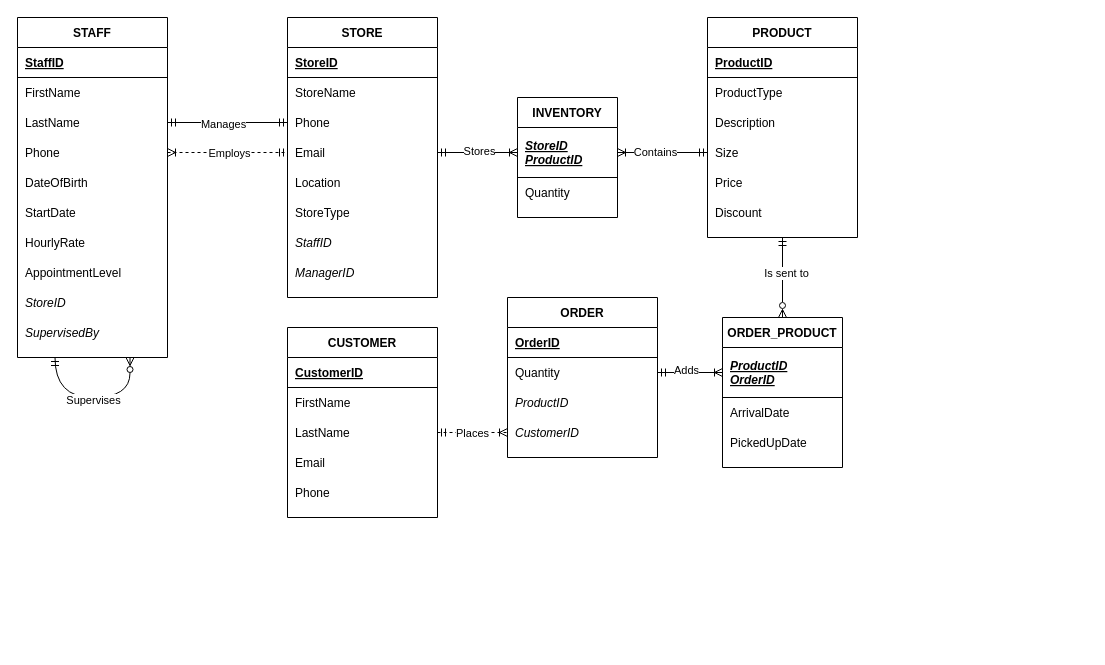
The draw.io diagram FashionERD.drawio in keibee-yod-bst/2814ICT, before the edit. Source tidied: cells renumbered, new cells numbered last; positions are measured from the earlier drawing's top-left corner, leaving out a move shared by most shapes. Both pictures are drawn from the tidied source at 100%, with x=0, y=0 at pixel (17, 17).
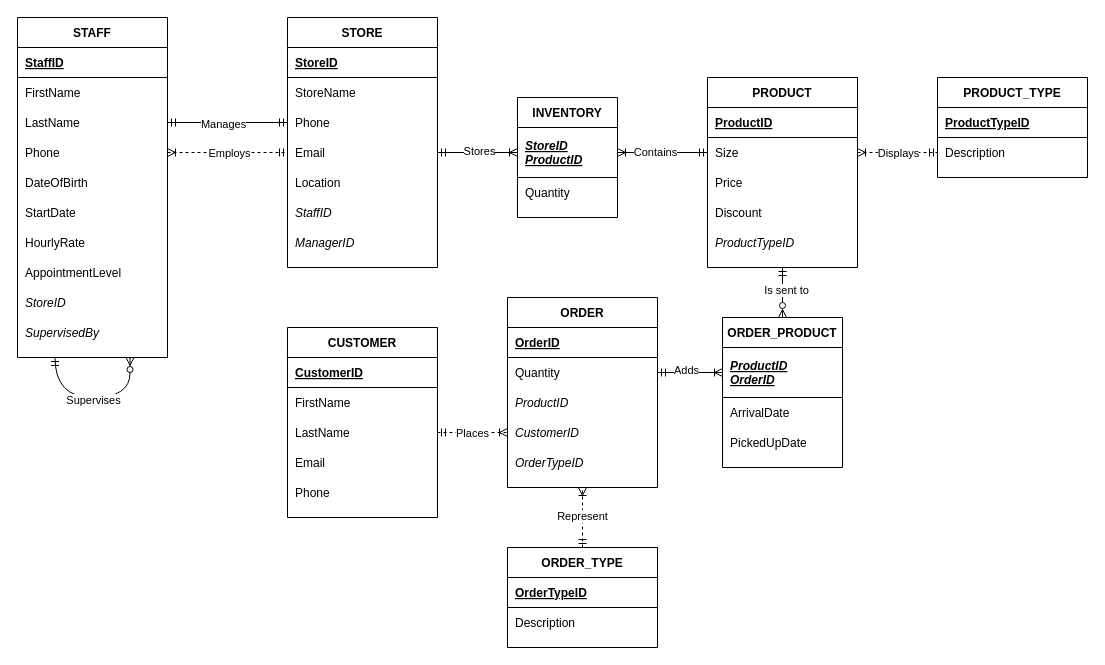
The same page after the edit.

The edit, as a diff of the source:
```diff
@@
     <mxCell id="2" value="STORE" style="shape=table;startSize=30;childLayout=tableLayout;rowLines=0;fontStyle=1;align=center;" parent="1" vertex="1">
-      <mxGeometry x="270" width="150" height="280" as="geometry" />
+      <mxGeometry x="270" width="150" height="250" as="geometry" />
     </mxCell>
@@
-    <mxCell id="13" style="shape=partialRectangle;fillColor=none;top=0;left=0;right=0;bottom=0;" parent="2" vertex="1">
-      <mxGeometry y="180" width="150" height="30" as="geometry" />
-    </mxCell>
-    <mxCell id="14" value="StoreType" style="shape=partialRectangle;overflow=hidden;fillColor=none;top=0;left=0;bottom=0;right=0;align=left;spacingLeft=6;" parent="13" vertex="1">
-      <mxGeometry width="150" height="30" as="geometry" />
-    </mxCell>
     <mxCell id="15" style="shape=partialRectangle;fillColor=none;top=0;left=0;right=0;bottom=0;" parent="2" vertex="1">
-      <mxGeometry y="210" width="150" height="30" as="geometry" />
+      <mxGeometry y="180" width="150" height="30" as="geometry" />
     </mxCell>
@@
     <mxCell id="17" style="shape=partialRectangle;fillColor=none;top=0;left=0;right=0;bottom=0;" parent="2" vertex="1">
-      <mxGeometry y="240" width="150" height="30" as="geometry" />
+      <mxGeometry y="210" width="150" height="30" as="geometry" />
     </mxCell>
@@
     <mxCell id="46" value="PRODUCT" style="shape=table;startSize=30;childLayout=tableLayout;rowLines=0;fontStyle=1;align=center;" parent="1" vertex="1">
-      <mxGeometry x="690" width="150" height="220" as="geometry" />
+      <mxGeometry x="690" y="60" width="150" height="190" as="geometry" />
     </mxCell>
@@
-    <mxCell id="49" style="shape=partialRectangle;fillColor=none;top=0;left=0;right=0;bottom=0;" parent="46" vertex="1">
-      <mxGeometry y="60" width="150" height="30" as="geometry" />
-    </mxCell>
-    <mxCell id="50" value="ProductType" style="shape=partialRectangle;overflow=hidden;fillColor=none;top=0;left=0;bottom=0;right=0;align=left;spacingLeft=6;" parent="49" vertex="1">
-      <mxGeometry width="150" height="30" as="geometry" />
-    </mxCell>
-    <mxCell id="51" style="shape=partialRectangle;fillColor=none;top=0;left=0;right=0;bottom=0;" parent="46" vertex="1">
-      <mxGeometry y="90" width="150" height="30" as="geometry" />
-    </mxCell>
-    <mxCell id="52" value="Description" style="shape=partialRectangle;overflow=hidden;fillColor=none;top=0;left=0;bottom=0;right=0;align=left;spacingLeft=6;" parent="51" vertex="1">
-      <mxGeometry width="150" height="30" as="geometry" />
-    </mxCell>
     <mxCell id="53" style="shape=partialRectangle;fillColor=none;points=[[0,0.5],[1,0.5]];portConstraint=eastwest;top=0;left=0;right=0;bottom=0;" parent="46" vertex="1">
-      <mxGeometry y="120" width="150" height="30" as="geometry" />
+      <mxGeometry y="60" width="150" height="30" as="geometry" />
     </mxCell>
@@
     <mxCell id="55" style="shape=partialRectangle;fillColor=none;top=0;left=0;right=0;bottom=0;" parent="46" vertex="1">
-      <mxGeometry y="150" width="150" height="30" as="geometry" />
+      <mxGeometry y="90" width="150" height="30" as="geometry" />
     </mxCell>
@@
     <mxCell id="57" style="shape=partialRectangle;fillColor=none;top=0;left=0;right=0;bottom=0;" parent="46" vertex="1">
-      <mxGeometry y="180" width="150" height="30" as="geometry" />
+      <mxGeometry y="120" width="150" height="30" as="geometry" />
     </mxCell>
@@
+    <mxCell id="101" style="shape=partialRectangle;fillColor=none;top=0;left=0;right=0;bottom=0;" parent="46" vertex="1">
+      <mxGeometry y="150" width="150" height="30" as="geometry" />
+    </mxCell>
+    <mxCell id="102" value="ProductTypeID" style="shape=partialRectangle;overflow=hidden;fillColor=none;top=0;left=0;bottom=0;right=0;align=left;spacingLeft=6;fontStyle=2;" parent="101" vertex="1">
+      <mxGeometry width="150" height="30" as="geometry" />
+    </mxCell>
@@
     <mxCell id="61" value="ORDER" style="shape=table;startSize=30;childLayout=tableLayout;rowLines=0;fontStyle=1;align=center;" parent="1" vertex="1">
-      <mxGeometry x="490" y="280" width="150" height="160" as="geometry" />
+      <mxGeometry x="490" y="280" width="150" height="190" as="geometry" />
     </mxCell>
@@
+    <mxCell id="103" style="shape=partialRectangle;fillColor=none;top=0;left=0;right=0;bottom=0;" parent="61" vertex="1">
+      <mxGeometry y="150" width="150" height="30" as="geometry" />
+    </mxCell>
+    <mxCell id="104" value="OrderTypeID" style="shape=partialRectangle;overflow=hidden;fillColor=none;top=0;left=0;bottom=0;right=0;align=left;spacingLeft=6;fontStyle=2;" parent="103" vertex="1">
+      <mxGeometry width="150" height="30" as="geometry" />
+    </mxCell>
@@
+    <mxCell id="105" value="PRODUCT_TYPE" style="shape=table;startSize=30;childLayout=tableLayout;rowLines=0;fontStyle=1;align=center;" parent="1" vertex="1">
+      <mxGeometry x="920" y="60" width="150" height="100" as="geometry" />
+    </mxCell>
+    <mxCell id="106" style="shape=partialRectangle;fillColor=none;top=0;left=0;right=0;bottom=1;" parent="105" vertex="1">
+      <mxGeometry y="30" width="150" height="30" as="geometry" />
+    </mxCell>
+    <mxCell id="107" value="ProductTypeID" style="shape=partialRectangle;overflow=hidden;fillColor=none;top=0;left=0;bottom=0;right=0;align=left;spacingLeft=6;fontStyle=5;" parent="106" vertex="1">
+      <mxGeometry width="150" height="30" as="geometry" />
+    </mxCell>
+    <mxCell id="108" style="shape=partialRectangle;fillColor=none;points=[[0,0.5],[1,0.5]];portConstraint=eastwest;top=0;left=0;right=0;bottom=0;" parent="105" vertex="1">
+      <mxGeometry y="60" width="150" height="30" as="geometry" />
+    </mxCell>
+    <mxCell id="109" value="Description" style="shape=partialRectangle;overflow=hidden;fillColor=none;top=0;left=0;bottom=0;right=0;align=left;spacingLeft=6;" parent="108" vertex="1">
+      <mxGeometry width="150" height="30" as="geometry" />
+    </mxCell>
+    <mxCell id="110" style="edgeStyle=orthogonalEdgeStyle;rounded=0;jettySize=auto;html=1;exitX=0.5;exitY=0;exitDx=0;exitDy=0;entryX=0.5;entryY=1;entryDx=0;entryDy=0;endArrow=ERoneToMany;endFill=0;startArrow=ERmandOne;startFill=0;dashed=1;" parent="1" edge="1" source="112" target="61">
+      <mxGeometry relative="1" as="geometry" />
+    </mxCell>
+    <mxCell id="111" value="Represent" style="edgeLabel;html=1;align=center;verticalAlign=middle;" parent="110" vertex="1">
+      <mxGeometry x="0.06" y="1" relative="1" as="geometry" />
+    </mxCell>
+    <mxCell id="112" value="ORDER_TYPE" style="shape=table;startSize=30;childLayout=tableLayout;rowLines=0;fontStyle=1;align=center;" parent="1" vertex="1">
+      <mxGeometry x="490" y="530" width="150" height="100" as="geometry" />
+    </mxCell>
+    <mxCell id="113" style="shape=partialRectangle;fillColor=none;top=0;left=0;right=0;bottom=1;" parent="112" vertex="1">
+      <mxGeometry y="30" width="150" height="30" as="geometry" />
+    </mxCell>
+    <mxCell id="114" value="OrderTypeID" style="shape=partialRectangle;overflow=hidden;fillColor=none;top=0;left=0;bottom=0;right=0;align=left;spacingLeft=6;fontStyle=5;" parent="113" vertex="1">
+      <mxGeometry width="150" height="30" as="geometry" />
+    </mxCell>
+    <mxCell id="115" style="shape=partialRectangle;fillColor=none;top=0;left=0;right=0;bottom=0;" parent="112" vertex="1">
+      <mxGeometry y="60" width="150" height="30" as="geometry" />
+    </mxCell>
+    <mxCell id="116" value="Description" style="shape=partialRectangle;overflow=hidden;fillColor=none;top=0;left=0;bottom=0;right=0;align=left;spacingLeft=6;" parent="115" vertex="1">
+      <mxGeometry width="150" height="30" as="geometry" />
+    </mxCell>
+    <mxCell id="117" style="edgeStyle=orthogonalEdgeStyle;rounded=0;jettySize=auto;html=1;exitX=1;exitY=0.5;exitDx=0;exitDy=0;endArrow=ERmandOne;endFill=0;startArrow=ERoneToMany;startFill=0;dashed=1;" parent="1" edge="1" source="53" target="108">
+      <mxGeometry relative="1" as="geometry" />
+    </mxCell>
+    <mxCell id="118" value="Displays" style="edgeLabel;html=1;align=center;verticalAlign=middle;" parent="117" vertex="1">
+      <mxGeometry x="-0.2" y="-2" relative="1" as="geometry">
+        <mxPoint x="8" y="-2" as="offset" />
+      </mxGeometry>
+    </mxCell>
```
